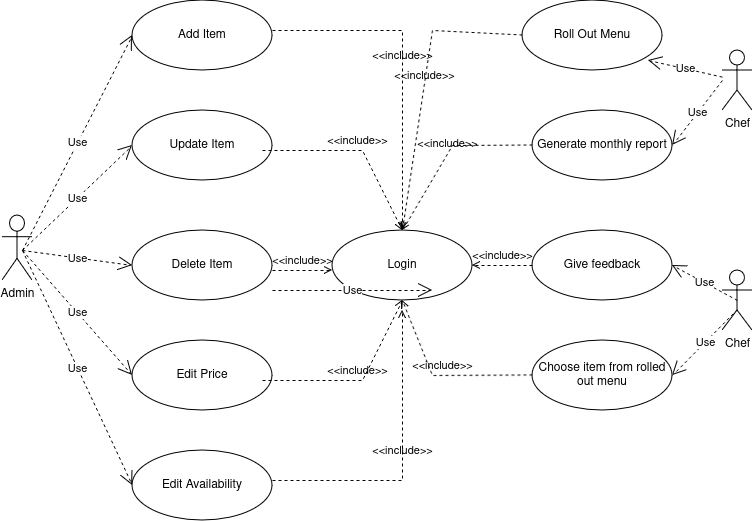
Tarkeshwar-kumar/food-recommendation-system keeps this draw.io diagram as use case.drawio.png. Above is the earlier version. Source tidied: cells renumbered, new cells last; positions are measured from the earlier drawing's top-left corner, leaving out a move shared by most shapes.
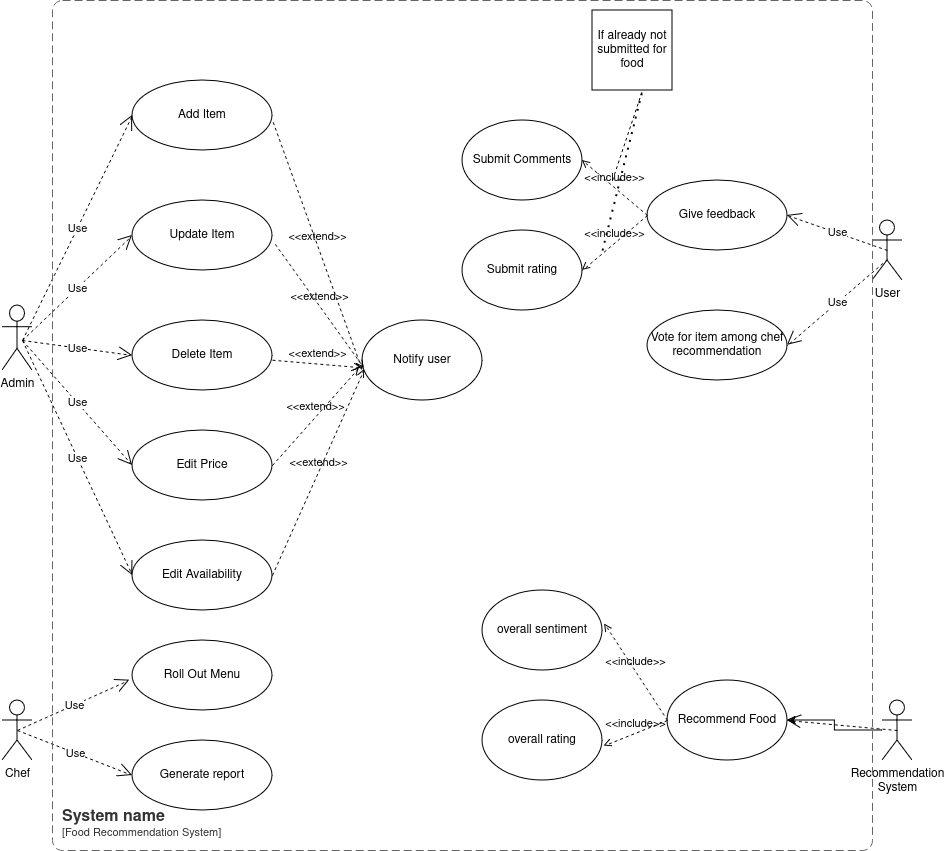
Later version of the same file.

Commit message:
Updated use case diagram

Diff of the diagram source:
```diff
@@ -3,7 +3,7 @@
     <mxCell id="0" />
     <mxCell id="1" parent="0" />
     <mxCell id="2" value="Add Item" style="ellipse;whiteSpace=wrap;html=1;" parent="1" vertex="1">
-      <mxGeometry x="130" width="140" height="70" as="geometry" />
+      <mxGeometry x="130" y="-10" width="140" height="70" as="geometry" />
     </mxCell>
     <mxCell id="3" value="Admin" style="shape=umlActor;html=1;verticalLabelPosition=bottom;verticalAlign=top;align=center;" parent="1" vertex="1">
       <mxGeometry y="215" width="30" height="65" as="geometry" />
@@ -20,101 +20,23 @@
     <mxCell id="7" value="Edit Availability" style="ellipse;whiteSpace=wrap;html=1;" parent="1" vertex="1">
       <mxGeometry x="130" y="450" width="140" height="70" as="geometry" />
     </mxCell>
-    <mxCell id="8" value="Login" style="ellipse;whiteSpace=wrap;html=1;" parent="1" vertex="1">
-      <mxGeometry x="330" y="230" width="140" height="70" as="geometry" />
-    </mxCell>
     <mxCell id="9" value="Chef" style="shape=umlActor;html=1;verticalLabelPosition=bottom;verticalAlign=top;align=center;" parent="1" vertex="1">
-      <mxGeometry x="720" y="50" width="30" height="60" as="geometry" />
+      <mxGeometry y="610" width="30" height="60" as="geometry" />
     </mxCell>
     <mxCell id="10" value="Roll Out Menu" style="ellipse;whiteSpace=wrap;html=1;" parent="1" vertex="1">
-      <mxGeometry x="520" width="140" height="70" as="geometry" />
+      <mxGeometry x="130" y="550" width="140" height="70" as="geometry" />
     </mxCell>
     <mxCell id="11" value="Give feedback" style="ellipse;whiteSpace=wrap;html=1;" parent="1" vertex="1">
-      <mxGeometry x="530" y="230" width="140" height="70" as="geometry" />
+      <mxGeometry x="645" y="90" width="140" height="70" as="geometry" />
     </mxCell>
-    <mxCell id="12" value="Generate monthly report" style="ellipse;whiteSpace=wrap;html=1;" parent="1" vertex="1">
-      <mxGeometry x="530" y="110" width="140" height="70" as="geometry" />
+    <mxCell id="12" value="Generate report" style="ellipse;whiteSpace=wrap;html=1;" parent="1" vertex="1">
+      <mxGeometry x="130" y="650" width="140" height="70" as="geometry" />
     </mxCell>
-    <mxCell id="13" value="&amp;lt;&amp;lt;include&amp;gt;&amp;gt;" style="edgeStyle=none;html=1;endArrow=open;verticalAlign=bottom;dashed=1;labelBackgroundColor=none;rounded=0;entryX=0.5;entryY=0;entryDx=0;entryDy=0;" parent="1" edge="1" target="8">
-      <mxGeometry relative="1" as="geometry">
-        <mxPoint x="270" y="30" as="sourcePoint" />
-        <Array as="points">
-          <mxPoint x="400" y="30" />
-        </Array>
-      </mxGeometry>
-    </mxCell>
-    <mxCell id="14" value="&amp;lt;&amp;lt;include&amp;gt;&amp;gt;" style="edgeStyle=none;html=1;endArrow=open;verticalAlign=bottom;dashed=1;labelBackgroundColor=none;rounded=0;entryX=0.5;entryY=0;entryDx=0;entryDy=0;" parent="1" edge="1" target="8">
-      <mxGeometry relative="1" as="geometry">
-        <mxPoint x="260" y="150" as="sourcePoint" />
-        <Array as="points">
-          <mxPoint x="360" y="150" />
-        </Array>
-      </mxGeometry>
-    </mxCell>
-    <mxCell id="15" value="&amp;lt;&amp;lt;include&amp;gt;&amp;gt;" style="edgeStyle=none;html=1;endArrow=open;verticalAlign=bottom;dashed=1;labelBackgroundColor=none;rounded=0;" parent="1" edge="1">
-      <mxGeometry relative="1" as="geometry">
-        <mxPoint x="270" y="270" as="sourcePoint" />
-        <mxPoint x="330" y="270" as="targetPoint" />
-      </mxGeometry>
-    </mxCell>
-    <mxCell id="16" value="&amp;lt;&amp;lt;include&amp;gt;&amp;gt;" style="edgeStyle=none;html=1;endArrow=open;verticalAlign=bottom;dashed=1;labelBackgroundColor=none;rounded=0;entryX=0.5;entryY=1;entryDx=0;entryDy=0;" parent="1" edge="1" target="8">
-      <mxGeometry relative="1" as="geometry">
-        <mxPoint x="260" y="380" as="sourcePoint" />
-        <Array as="points">
-          <mxPoint x="360" y="380" />
-        </Array>
-      </mxGeometry>
-    </mxCell>
-    <mxCell id="17" value="&amp;lt;&amp;lt;include&amp;gt;&amp;gt;" style="edgeStyle=none;html=1;endArrow=open;verticalAlign=bottom;dashed=1;labelBackgroundColor=none;rounded=0;" parent="1" edge="1">
-      <mxGeometry relative="1" as="geometry">
-        <mxPoint x="270" y="480" as="sourcePoint" />
-        <mxPoint x="400" y="310" as="targetPoint" />
-        <Array as="points">
-          <mxPoint x="400" y="480" />
-        </Array>
-      </mxGeometry>
-    </mxCell>
-    <mxCell id="18" value="&amp;lt;&amp;lt;include&amp;gt;&amp;gt;" style="edgeStyle=none;html=1;endArrow=open;verticalAlign=bottom;dashed=1;labelBackgroundColor=none;rounded=0;" parent="1" edge="1">
-      <mxGeometry relative="1" as="geometry">
-        <mxPoint x="520" y="34.5" as="sourcePoint" />
-        <mxPoint x="400" y="230" as="targetPoint" />
-        <Array as="points">
-          <mxPoint x="430" y="30" />
-        </Array>
-      </mxGeometry>
-    </mxCell>
-    <mxCell id="19" value="&amp;lt;&amp;lt;include&amp;gt;&amp;gt;" style="edgeStyle=none;html=1;endArrow=open;verticalAlign=bottom;dashed=1;labelBackgroundColor=none;rounded=0;" parent="1" edge="1">
-      <mxGeometry relative="1" as="geometry">
-        <mxPoint x="530" y="144.5" as="sourcePoint" />
-        <mxPoint x="400" y="230" as="targetPoint" />
-        <Array as="points">
-          <mxPoint x="450" y="145" />
-        </Array>
-      </mxGeometry>
-    </mxCell>
-    <mxCell id="20" value="&amp;lt;&amp;lt;include&amp;gt;&amp;gt;" style="edgeStyle=none;html=1;endArrow=open;verticalAlign=bottom;dashed=1;labelBackgroundColor=none;rounded=0;entryX=1;entryY=0.5;entryDx=0;entryDy=0;exitX=0;exitY=0.5;exitDx=0;exitDy=0;" parent="1" edge="1" source="11" target="8">
-      <mxGeometry relative="1" as="geometry" />
-    </mxCell>
-    <mxCell id="21" value="&amp;lt;&amp;lt;include&amp;gt;&amp;gt;" style="edgeStyle=none;html=1;endArrow=open;verticalAlign=bottom;dashed=1;labelBackgroundColor=none;rounded=0;" parent="1" edge="1">
-      <mxGeometry relative="1" as="geometry">
-        <mxPoint x="530" y="374.5" as="sourcePoint" />
-        <mxPoint x="400" y="300" as="targetPoint" />
-        <Array as="points">
-          <mxPoint x="430" y="375" />
-        </Array>
-      </mxGeometry>
-    </mxCell>
     <mxCell id="22" value="Use" style="endArrow=open;endSize=12;dashed=1;html=1;rounded=0;entryX=0;entryY=0.5;entryDx=0;entryDy=0;" parent="1" edge="1" target="2">
       <mxGeometry relative="1" as="geometry">
         <mxPoint x="20" y="250" as="sourcePoint" />
       </mxGeometry>
     </mxCell>
-    <mxCell id="23" value="Use" style="endArrow=open;endSize=12;dashed=1;html=1;rounded=0;" parent="1" edge="1">
-      <mxGeometry relative="1" as="geometry">
-        <mxPoint x="270" y="290" as="sourcePoint" />
-        <mxPoint x="430" y="290" as="targetPoint" />
-      </mxGeometry>
-    </mxCell>
     <mxCell id="24" value="Use" style="endArrow=open;endSize=12;dashed=1;html=1;rounded=0;entryX=0;entryY=0.5;entryDx=0;entryDy=0;" parent="1" edge="1" target="4">
       <mxGeometry relative="1" as="geometry">
         <mxPoint x="20" y="250" as="sourcePoint" />
@@ -141,19 +63,93 @@
     <mxCell id="29" value="Use" style="endArrow=open;endSize=12;dashed=1;html=1;rounded=0;exitX=0.5;exitY=0.65;exitDx=0;exitDy=0;exitPerimeter=0;entryX=1;entryY=0.5;entryDx=0;entryDy=0;" parent="1" edge="1" source="33" target="32">
       <mxGeometry relative="1" as="geometry" />
     </mxCell>
-    <mxCell id="30" value="Use" style="endArrow=open;endSize=12;dashed=1;html=1;rounded=0;entryX=1;entryY=0.5;entryDx=0;entryDy=0;" parent="1" edge="1" target="12">
-      <mxGeometry relative="1" as="geometry">
-        <mxPoint x="720" y="80" as="sourcePoint" />
-      </mxGeometry>
+    <mxCell id="30" value="Use" style="endArrow=open;endSize=12;dashed=1;html=1;rounded=0;entryX=0;entryY=0.5;entryDx=0;entryDy=0;exitX=0.5;exitY=0.5;exitDx=0;exitDy=0;exitPerimeter=0;" parent="1" edge="1" source="9" target="12">
+      <mxGeometry relative="1" as="geometry" />
     </mxCell>
-    <mxCell id="31" value="Use" style="endArrow=open;endSize=12;dashed=1;html=1;rounded=0;entryX=0.9;entryY=0.857;entryDx=0;entryDy=0;entryPerimeter=0;" parent="1" edge="1" source="9" target="10">
+    <mxCell id="31" value="Use" style="endArrow=open;endSize=12;dashed=1;html=1;rounded=0;entryX=-0.019;entryY=0.567;entryDx=0;entryDy=0;entryPerimeter=0;exitX=0.5;exitY=0.5;exitDx=0;exitDy=0;exitPerimeter=0;" parent="1" edge="1" source="9" target="10">
       <mxGeometry relative="1" as="geometry" />
     </mxCell>
-    <mxCell id="32" value="Choose item from rolled out menu" style="ellipse;whiteSpace=wrap;html=1;" parent="1" vertex="1">
-      <mxGeometry x="530" y="340" width="140" height="70" as="geometry" />
+    <mxCell id="32" value="Vote for item among chef recommendation" style="ellipse;whiteSpace=wrap;html=1;" parent="1" vertex="1">
+      <mxGeometry x="645" y="220" width="140" height="70" as="geometry" />
     </mxCell>
-    <mxCell id="33" value="Chef" style="shape=umlActor;html=1;verticalLabelPosition=bottom;verticalAlign=top;align=center;" parent="1" vertex="1">
-      <mxGeometry x="720" y="270" width="30" height="60" as="geometry" />
+    <mxCell id="33" value="User" style="shape=umlActor;html=1;verticalLabelPosition=bottom;verticalAlign=top;align=center;" parent="1" vertex="1">
+      <mxGeometry x="870" y="130" width="30" height="60" as="geometry" />
     </mxCell>
+    <mxCell id="34" style="edgeStyle=orthogonalEdgeStyle;rounded=0;jettySize=auto;html=1;" parent="1" edge="1" source="35" target="36">
+      <mxGeometry relative="1" as="geometry" />
+    </mxCell>
+    <mxCell id="35" value="Recommendation&lt;br&gt;System" style="shape=umlActor;verticalLabelPosition=bottom;verticalAlign=top;html=1;outlineConnect=0;" parent="1" vertex="1">
+      <mxGeometry x="880" y="610" width="30" height="60" as="geometry" />
+    </mxCell>
+    <mxCell id="36" value="Recommend Food" style="ellipse;whiteSpace=wrap;html=1;" parent="1" vertex="1">
+      <mxGeometry x="665" y="590" width="120" height="80" as="geometry" />
+    </mxCell>
+    <mxCell id="37" style="endArrow=open;endSize=12;dashed=1;html=1;rounded=0;entryX=1;entryY=0.5;entryDx=0;entryDy=0;exitX=0.5;exitY=0.5;exitDx=0;exitDy=0;exitPerimeter=0;" parent="1" edge="1" source="35" target="36">
+      <mxGeometry relative="1" as="geometry" />
+    </mxCell>
+    <mxCell id="38" value="Notify user" style="ellipse;whiteSpace=wrap;html=1;" parent="1" vertex="1">
+      <mxGeometry x="360" y="230" width="120" height="80" as="geometry" />
+    </mxCell>
+    <mxCell id="39" value="&amp;lt;&amp;lt;extend&amp;gt;&amp;gt;" style="html=1;verticalAlign=bottom;labelBackgroundColor=none;endArrow=open;endFill=0;dashed=1;rounded=0;exitX=1.005;exitY=0.596;exitDx=0;exitDy=0;exitPerimeter=0;" parent="1" edge="1" source="2">
+      <mxGeometry relative="1" as="geometry">
+        <mxPoint x="360" y="280" as="targetPoint" />
+      </mxGeometry>
+    </mxCell>
+    <mxCell id="40" value="&amp;lt;&amp;lt;extend&amp;gt;&amp;gt;" style="html=1;verticalAlign=bottom;labelBackgroundColor=none;endArrow=open;endFill=0;dashed=1;rounded=0;entryX=0.015;entryY=0.599;entryDx=0;entryDy=0;entryPerimeter=0;exitX=1.02;exitY=0.626;exitDx=0;exitDy=0;exitPerimeter=0;" parent="1" edge="1" source="4" target="38">
+      <mxGeometry relative="1" as="geometry" />
+    </mxCell>
+    <mxCell id="41" value="&amp;lt;&amp;lt;extend&amp;gt;&amp;gt;" style="html=1;verticalAlign=bottom;labelBackgroundColor=none;endArrow=open;endFill=0;dashed=1;rounded=0;entryX=-0.003;entryY=0.591;entryDx=0;entryDy=0;entryPerimeter=0;exitX=1;exitY=0.567;exitDx=0;exitDy=0;exitPerimeter=0;" parent="1" edge="1" source="5" target="38">
+      <mxGeometry relative="1" as="geometry" />
+    </mxCell>
+    <mxCell id="42" value="&amp;lt;&amp;lt;extend&amp;gt;&amp;gt;" style="html=1;verticalAlign=bottom;labelBackgroundColor=none;endArrow=open;endFill=0;dashed=1;rounded=0;entryX=-0.026;entryY=0.591;entryDx=0;entryDy=0;exitX=1;exitY=0.5;exitDx=0;exitDy=0;entryPerimeter=0;" parent="1" edge="1" source="6" target="38">
+      <mxGeometry relative="1" as="geometry" />
+    </mxCell>
+    <mxCell id="43" value="&amp;lt;&amp;lt;extend&amp;gt;&amp;gt;" style="html=1;verticalAlign=bottom;labelBackgroundColor=none;endArrow=open;endFill=0;dashed=1;rounded=0;exitX=1;exitY=0.5;exitDx=0;exitDy=0;entryX=0.015;entryY=0.616;entryDx=0;entryDy=0;entryPerimeter=0;" parent="1" edge="1" source="7" target="38">
+      <mxGeometry relative="1" as="geometry" />
+    </mxCell>
+    <mxCell id="44" value="Submit Comments" style="ellipse;whiteSpace=wrap;html=1;" parent="1" vertex="1">
+      <mxGeometry x="460" y="30" width="120" height="80" as="geometry" />
+    </mxCell>
+    <mxCell id="45" value="Submit rating" style="ellipse;whiteSpace=wrap;html=1;" parent="1" vertex="1">
+      <mxGeometry x="460" y="140" width="120" height="80" as="geometry" />
+    </mxCell>
+    <mxCell id="46" value="&amp;lt;&amp;lt;include&amp;gt;&amp;gt;" style="html=1;verticalAlign=bottom;labelBackgroundColor=none;endArrow=open;endFill=0;dashed=1;rounded=0;entryX=1;entryY=0.5;entryDx=0;entryDy=0;exitX=0;exitY=0.5;exitDx=0;exitDy=0;" parent="1" edge="1" source="11" target="44">
+      <mxGeometry relative="1" as="geometry" />
+    </mxCell>
+    <mxCell id="47" value="&amp;lt;&amp;lt;include&amp;gt;&amp;gt;" style="html=1;verticalAlign=bottom;labelBackgroundColor=none;endArrow=open;endFill=0;dashed=1;rounded=0;entryX=1;entryY=0.5;entryDx=0;entryDy=0;exitX=0;exitY=0.5;exitDx=0;exitDy=0;" parent="1" edge="1" source="11" target="45">
+      <mxGeometry relative="1" as="geometry" />
+    </mxCell>
+    <mxCell id="48" value="If already not submitted for food" style="whiteSpace=wrap;html=1;" parent="1" vertex="1">
+      <mxGeometry x="590" y="-80" width="80" height="80" as="geometry" />
+    </mxCell>
+    <mxCell id="49" style="endArrow=none;dashed=1;html=1;rounded=0;" parent="1" edge="1">
+      <mxGeometry relative="1" as="geometry">
+        <mxPoint x="610" y="90" as="sourcePoint" />
+        <mxPoint x="640" as="targetPoint" />
+      </mxGeometry>
+    </mxCell>
+    <mxCell id="50" style="endArrow=none;dashed=1;html=1;dashPattern=1 3;strokeWidth=2;rounded=0;" parent="1" edge="1">
+      <mxGeometry relative="1" as="geometry">
+        <mxPoint x="600" y="160" as="sourcePoint" />
+        <mxPoint x="640" as="targetPoint" />
+      </mxGeometry>
+    </mxCell>
+    <mxCell id="51" value="overall sentiment" style="ellipse;whiteSpace=wrap;html=1;" parent="1" vertex="1">
+      <mxGeometry x="480" y="500" width="120" height="80" as="geometry" />
+    </mxCell>
+    <mxCell id="52" value="overall rating" style="ellipse;whiteSpace=wrap;html=1;" parent="1" vertex="1">
+      <mxGeometry x="480" y="610" width="120" height="80" as="geometry" />
+    </mxCell>
+    <mxCell id="53" value="&amp;lt;&amp;lt;include&amp;gt;&amp;gt;" style="html=1;verticalAlign=bottom;labelBackgroundColor=none;endArrow=open;endFill=0;dashed=1;rounded=0;entryX=1.018;entryY=0.418;entryDx=0;entryDy=0;entryPerimeter=0;exitX=0;exitY=0.5;exitDx=0;exitDy=0;" parent="1" edge="1" source="36" target="51">
+      <mxGeometry relative="1" as="geometry" />
+    </mxCell>
+    <mxCell id="54" value="&amp;lt;&amp;lt;include&amp;gt;&amp;gt;" style="html=1;verticalAlign=bottom;labelBackgroundColor=none;endArrow=open;endFill=0;dashed=1;rounded=0;entryX=1.012;entryY=0.569;entryDx=0;entryDy=0;entryPerimeter=0;exitX=0;exitY=0.5;exitDx=0;exitDy=0;" parent="1" edge="1" source="36" target="52">
+      <mxGeometry relative="1" as="geometry" />
+    </mxCell>
+    <object id="55" label="&lt;font style=&quot;font-size: 16px&quot;&gt;&lt;b&gt;&lt;div style=&quot;text-align: left&quot;&gt;%c4Name%&lt;/div&gt;&lt;/b&gt;&lt;/font&gt;&lt;div style=&quot;text-align: left&quot;&gt;[%c4Application%]&lt;/div&gt;" c4Application="Food Recommendation System" c4Name="System name" c4Type="SystemScopeBoundary" placeholders="1">
+      <mxCell style="rounded=1;fontSize=11;whiteSpace=wrap;html=1;dashed=1;arcSize=20;fillColor=none;strokeColor=#666666;fontColor=#333333;labelBackgroundColor=none;align=left;verticalAlign=bottom;labelBorderColor=none;spacingTop=0;spacing=10;dashPattern=8 4;perimeter=rectanglePerimeter;noLabel=0;labelPadding=0;absoluteArcSize=1;" parent="1" vertex="1">
+        <mxGeometry x="50" y="-90" width="820" height="850" as="geometry" />
+      </mxCell>
+    </object>
   </root>
 </mxGraphModel>
```
